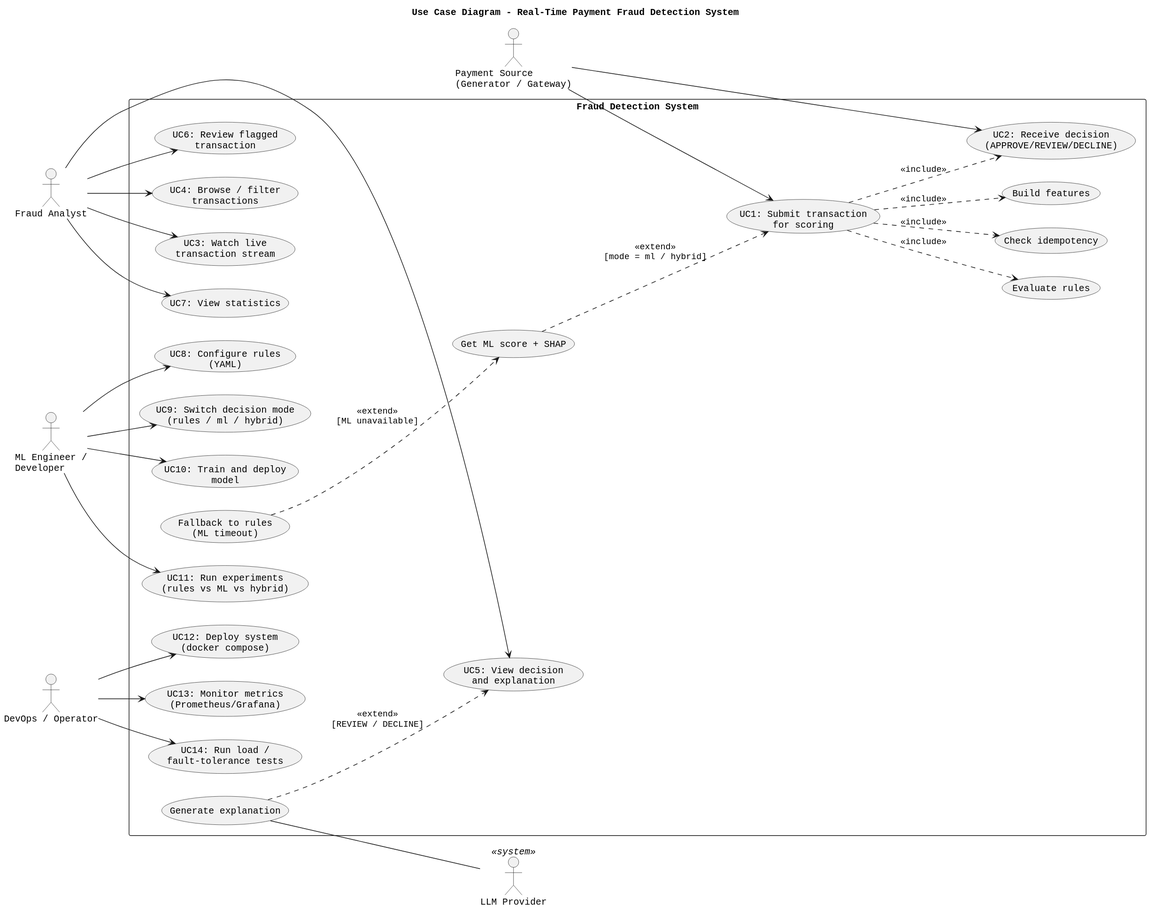
Earlier version of the PlantUML export architecture/02_use_case.svg (Akniyeet/payment-fraud-detection-system).
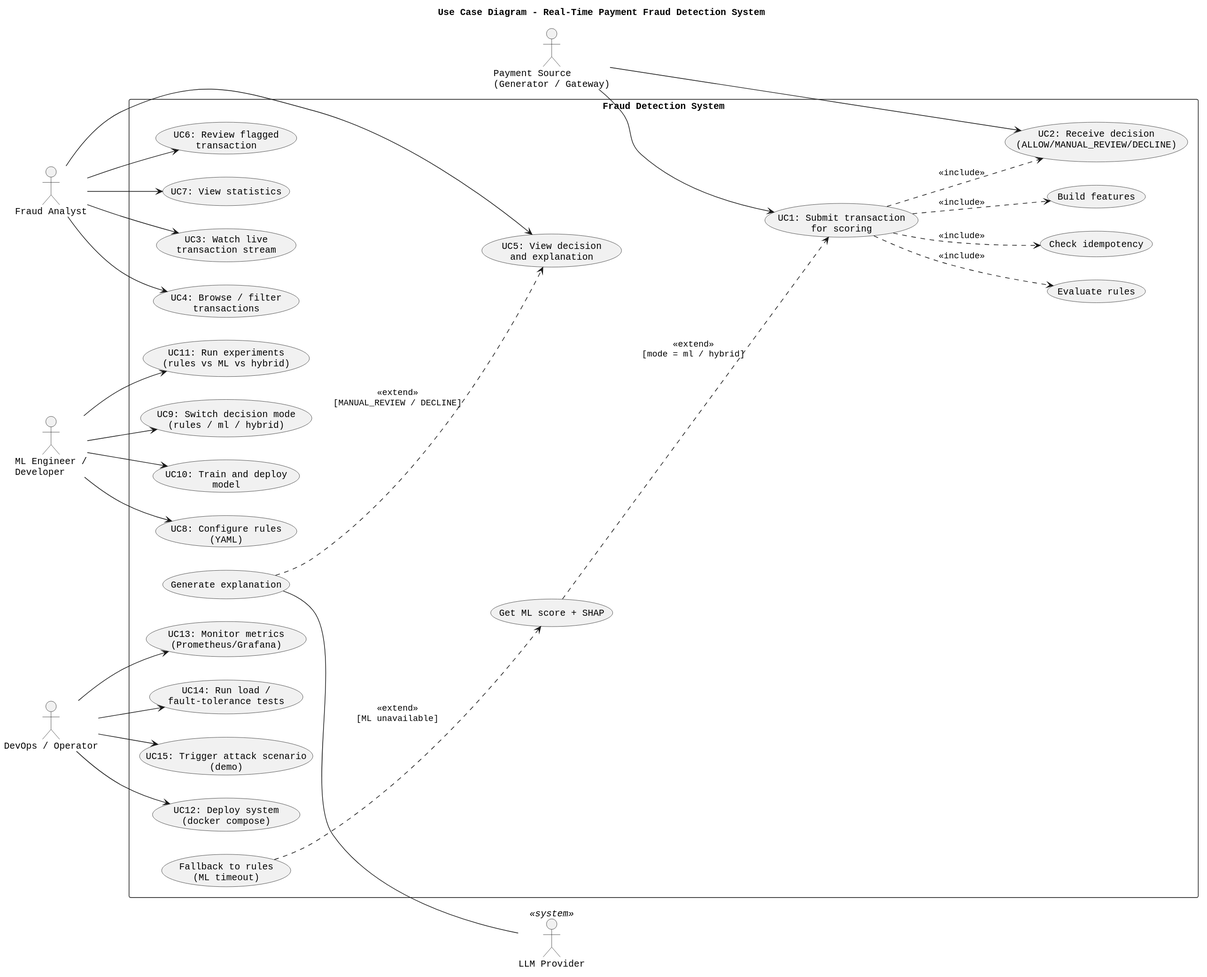
The same file after the commit.

Diff of the diagram source:
```diff
@@ -14,7 +14,7 @@
 rectangle "Fraud Detection System" {
 
   usecase "UC1: Submit transaction\nfor scoring" as UC1
-  usecase "UC2: Receive decision\n(APPROVE/REVIEW/DECLINE)" as UC2
+  usecase "UC2: Receive decision\n(ALLOW/MANUAL_REVIEW/DECLINE)" as UC2
   usecase "Check idempotency" as UC1a
   usecase "Build features" as UC1b
   usecase "Evaluate rules" as UC1c
@@ -36,6 +36,7 @@
   usecase "UC12: Deploy system\n(docker compose)" as UC12
   usecase "UC13: Monitor metrics\n(Prometheus/Grafana)" as UC13
   usecase "UC14: Run load /\nfault-tolerance tests" as UC14
+  usecase "UC15: Trigger attack scenario\n(demo)" as UC15
 }
 
 src --> UC1
@@ -52,7 +53,7 @@
 analyst --> UC5
 analyst --> UC6
 analyst --> UC7
-UC5a ..> UC5 : <<extend>>\n[REVIEW / DECLINE]
+UC5a ..> UC5 : <<extend>>\n[MANUAL_REVIEW / DECLINE]
 UC5a -- llm
 
 dev --> UC8
@@ -63,4 +64,5 @@
 ops --> UC12
 ops --> UC13
 ops --> UC14
+ops --> UC15
 @enduml
```
